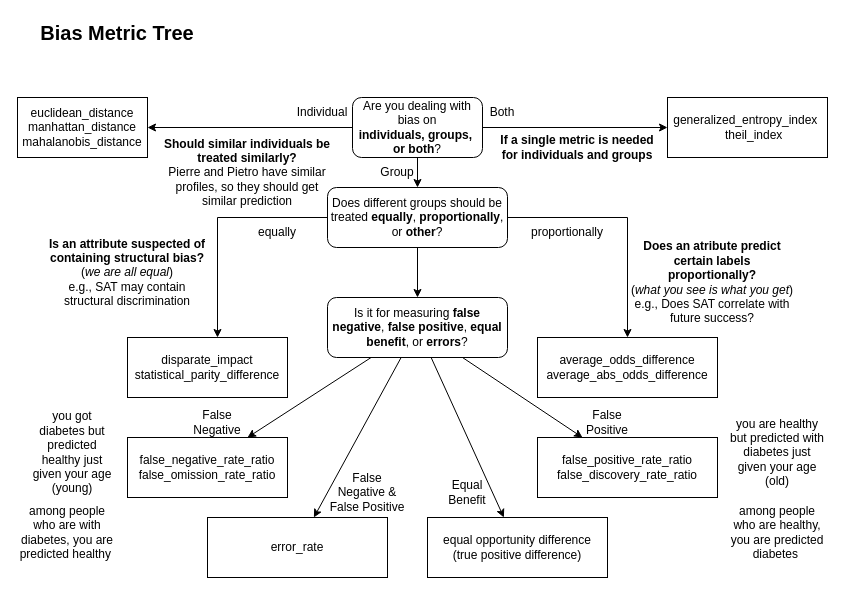
This is page "Metric Decision" (1 of 4) of figures/decision_tree.drawio from York-and-Maastricht-Data-Science-Group/fairml-journal, a draw.io file, before an edit. Source tidied: cells renumbered, new cells numbered last; positions are measured from the earlier drawing's top-left corner, leaving out a move shared by most shapes. Both pictures are drawn from the tidied source at 100%, with x=0, y=0 at pixel (17, 17).
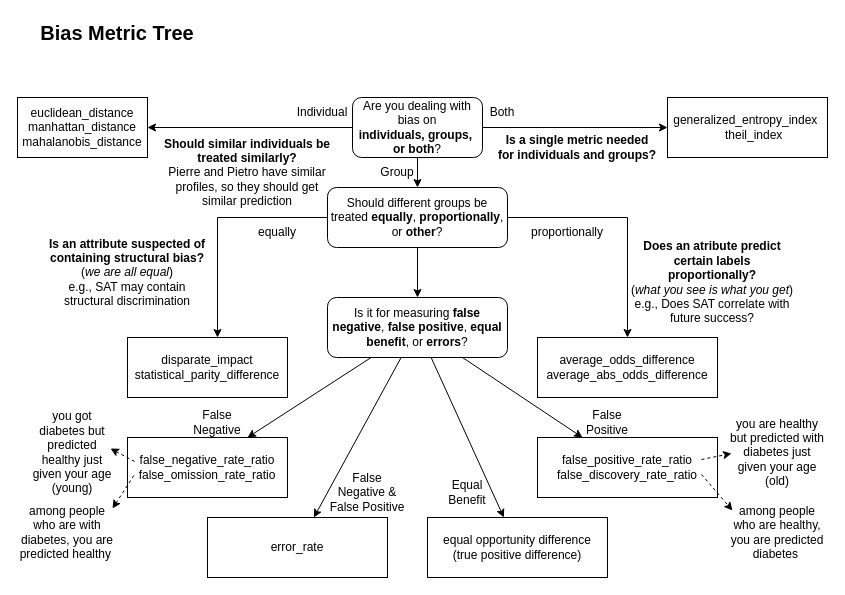
Above is the later version.

Diff of the diagram source:
```diff
@@
-    <mxCell id="18" value="&lt;b&gt;If a single metric is needed for individuals and groups&lt;br&gt;&lt;/b&gt;" style="text;html=1;strokeColor=none;fillColor=none;align=center;verticalAlign=middle;whiteSpace=wrap;rounded=0;fontSize=12;" parent="1" vertex="1">
+    <mxCell id="18" value="&lt;b&gt;Is a single metric needed for individuals and groups?&lt;br&gt;&lt;/b&gt;" style="text;html=1;strokeColor=none;fillColor=none;align=center;verticalAlign=middle;whiteSpace=wrap;rounded=0;fontSize=12;" parent="1" vertex="1">
       <mxGeometry x="480" y="115" width="160" height="30" as="geometry" />
     </mxCell>
@@
-    <mxCell id="20" value="Does different groups should be treated &lt;b&gt;equally&lt;/b&gt;, &lt;b&gt;proportionally&lt;/b&gt;, or &lt;b&gt;other&lt;/b&gt;?" style="rounded=1;whiteSpace=wrap;html=1;" parent="1" vertex="1">
+    <mxCell id="20" value="Should different groups be treated &lt;b&gt;equally&lt;/b&gt;, &lt;b&gt;proportionally&lt;/b&gt;, or &lt;b&gt;other&lt;/b&gt;?" style="rounded=1;whiteSpace=wrap;html=1;" parent="1" vertex="1">
       <mxGeometry x="310" y="170" width="180" height="60" as="geometry" />
     </mxCell>
@@
+    <mxCell id="41" style="endArrow=none;dashed=1;html=1;rounded=0;startArrow=classic;startFill=1;" parent="1" edge="1">
+      <mxGeometry relative="1" as="geometry">
+        <mxPoint x="93" y="431" as="sourcePoint" />
+        <mxPoint x="117" y="444" as="targetPoint" />
+      </mxGeometry>
+    </mxCell>
+    <mxCell id="42" style="endArrow=none;dashed=1;html=1;rounded=0;endFill=0;startArrow=classic;startFill=1;" parent="1" edge="1">
+      <mxGeometry relative="1" as="geometry">
+        <mxPoint x="95" y="491" as="sourcePoint" />
+        <mxPoint x="117" y="457" as="targetPoint" />
+      </mxGeometry>
+    </mxCell>
+    <mxCell id="43" style="endArrow=classic;dashed=1;html=1;rounded=0;startArrow=none;startFill=0;endFill=1;" parent="1" edge="1">
+      <mxGeometry relative="1" as="geometry">
+        <mxPoint x="684" y="457" as="sourcePoint" />
+        <mxPoint x="715" y="493" as="targetPoint" />
+      </mxGeometry>
+    </mxCell>
+    <mxCell id="44" style="endArrow=classic;dashed=1;html=1;rounded=0;endFill=1;" parent="1" edge="1">
+      <mxGeometry relative="1" as="geometry">
+        <mxPoint x="684" y="442" as="sourcePoint" />
+        <mxPoint x="714" y="436" as="targetPoint" />
+      </mxGeometry>
+    </mxCell>
```
